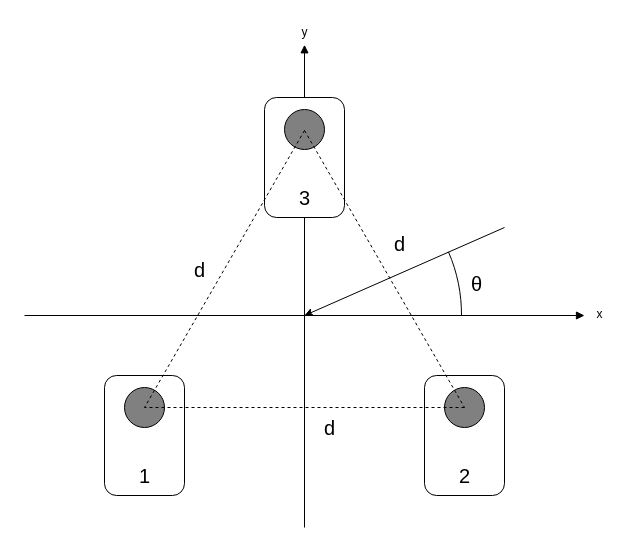
Before: page "Mikrofon_oppsett" (3 of 5) of Lab_2/lab2.drawio in kristiangoystdal/TTT4280_sensor_lab, a draw.io diagram. Source tidied: cells renumbered, new cells numbered last; positions are measured from the earlier drawing's top-left corner, leaving out a move shared by most shapes. Both pictures are drawn from the tidied source at 100%, with x=0, y=0 at pixel (24, 17).
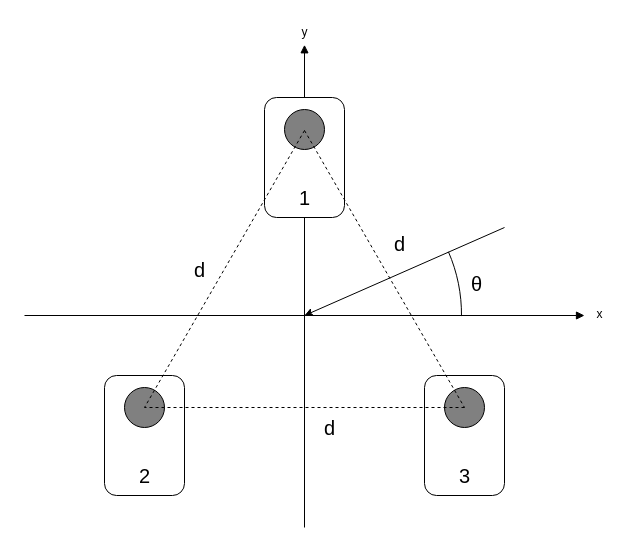
After the change.

Change to the diagram source:
```diff
@@
-    <mxCell id="17" value="&lt;font style=&quot;font-size: 20px;&quot;&gt;1&lt;/font&gt;" style="text;html=1;align=center;verticalAlign=middle;strokeColor=none;fillColor=none;" parent="1" vertex="1">
+    <mxCell id="17" value="&lt;font style=&quot;font-size: 20px;&quot;&gt;2&lt;/font&gt;" style="text;html=1;align=center;verticalAlign=middle;strokeColor=none;fillColor=none;" parent="1" vertex="1">
       <mxGeometry x="105" y="438" width="30" height="40" as="geometry" />
     </mxCell>
-    <mxCell id="18" value="&lt;font style=&quot;font-size: 20px;&quot;&gt;2&lt;/font&gt;" style="text;html=1;align=center;verticalAlign=middle;strokeColor=none;fillColor=none;" parent="1" vertex="1">
+    <mxCell id="18" value="&lt;font style=&quot;font-size: 20px;&quot;&gt;3&lt;/font&gt;" style="text;html=1;align=center;verticalAlign=middle;strokeColor=none;fillColor=none;" parent="1" vertex="1">
       <mxGeometry x="425" y="438" width="30" height="40" as="geometry" />
     </mxCell>
-    <mxCell id="19" value="&lt;font style=&quot;font-size: 20px;&quot;&gt;3&lt;/font&gt;" style="text;html=1;align=center;verticalAlign=middle;strokeColor=none;fillColor=none;" parent="1" vertex="1">
+    <mxCell id="19" value="&lt;font style=&quot;font-size: 20px;&quot;&gt;1&lt;/font&gt;" style="text;html=1;align=center;verticalAlign=middle;strokeColor=none;fillColor=none;" parent="1" vertex="1">
       <mxGeometry x="265" y="160" width="30" height="40" as="geometry" />
     </mxCell>
```
